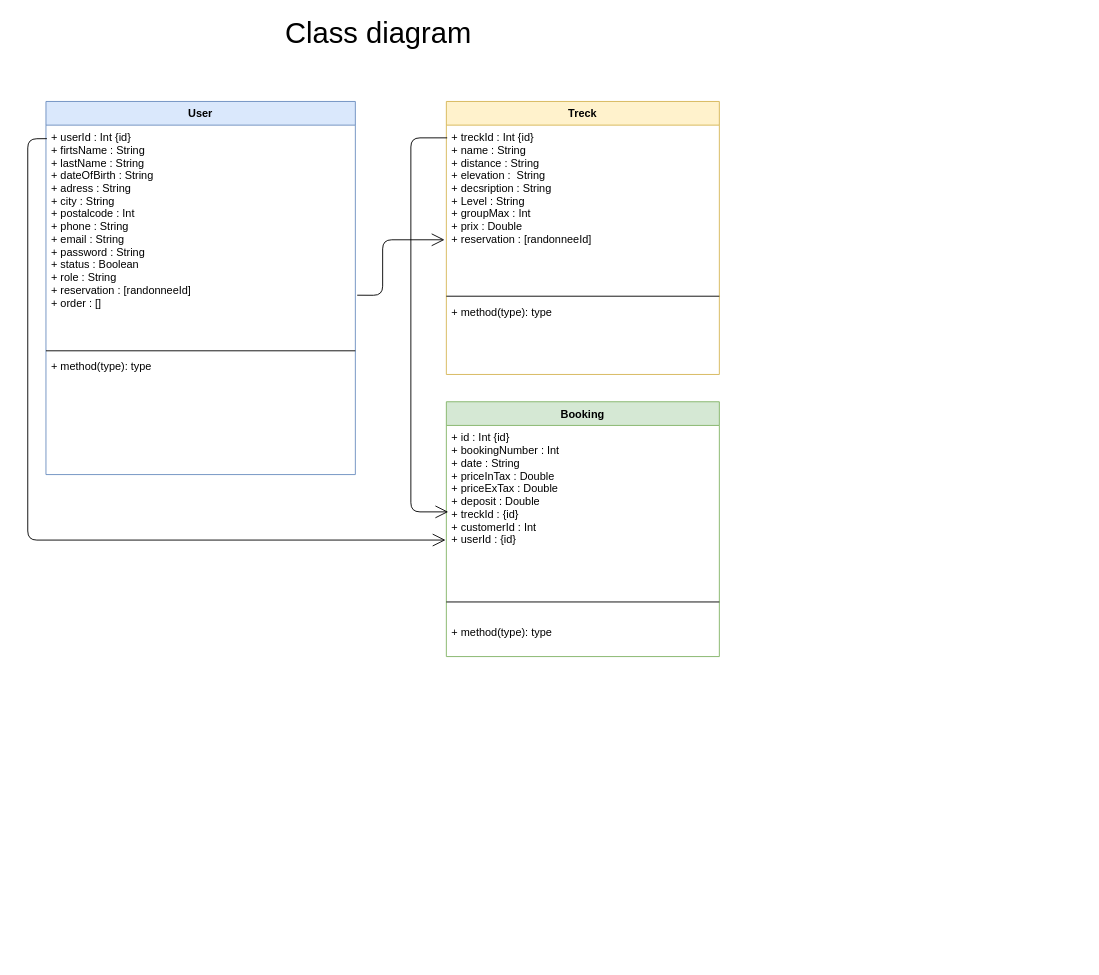
This is page "Class diagram" (6 of 6) of RandoDrawIo.drawio from Colibri385/RandoDrawIo, a draw.io file, before an edit. Source tidied: cells renumbered, new cells numbered last; positions are measured from the earlier drawing's top-left corner, leaving out a move shared by most shapes. Both pictures are drawn from the tidied source at 91%, with x=0, y=0 at pixel (27, 19).
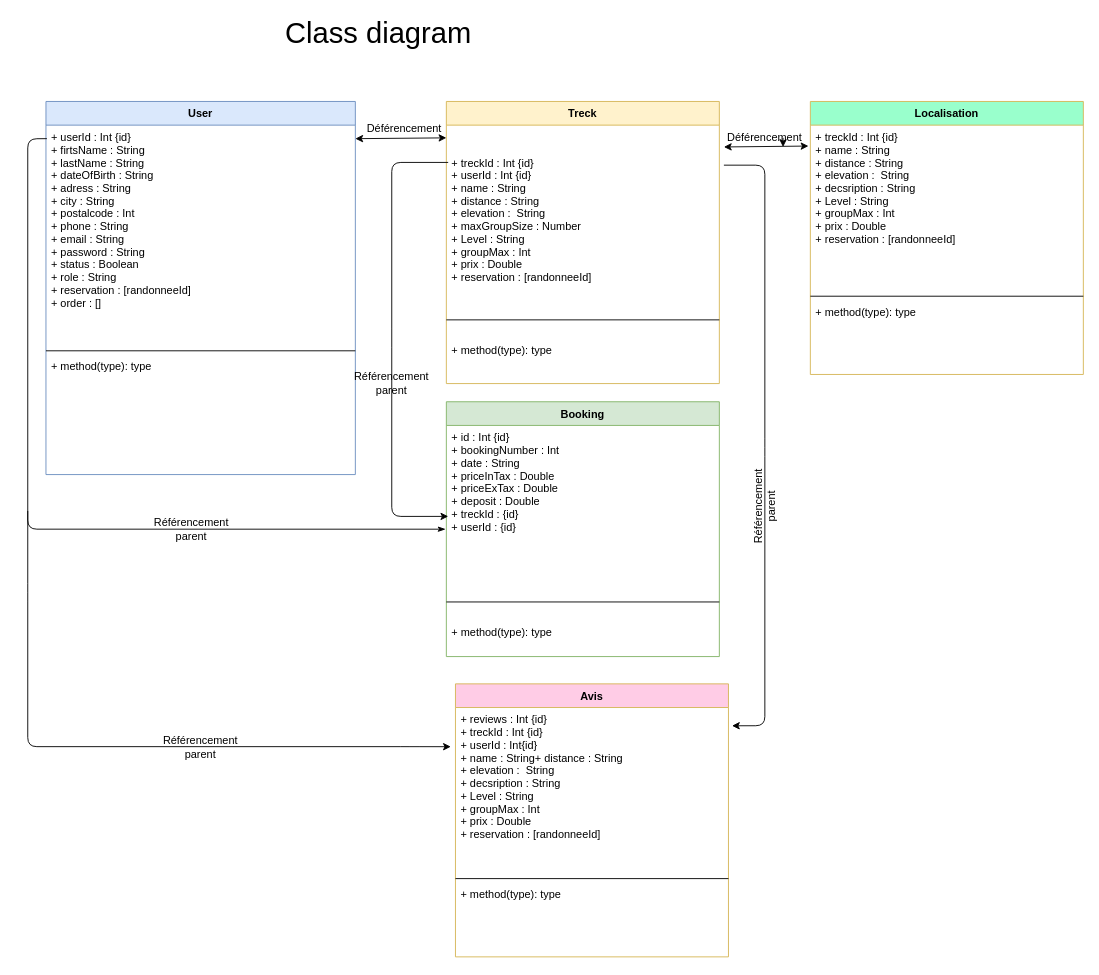
Above is the later version.

The change refers to these unchanged cells:
```xml
<mxCell id="4" value="+ userId : Int {id}&#10;+ firtsName : String&#10;+ lastName : String&#10;+ dateOfBirth : String&#10;+ adress : String&#10;+ city : String&#10;+ postalcode : Int&#10;+ phone : String&#10;+ email : String&#10;+ password : String&#10;+ status : Boolean&#10;+ role : String&#10;+ reservation : [randonneeId]&#10;+ order : []&#10;&#10;&#10;&#10;&#10;&#10;&#10;" style="text;strokeColor=none;fillColor=none;align=left;verticalAlign=top;spacingLeft=4;spacingRight=4;overflow=hidden;points=[[0,0.5],[1,0.5]];portConstraint=eastwest;" parent="3" vertex="1">
  <mxGeometry y="26" width="340" height="244" as="geometry" />
</mxCell>
<mxCell id="12" value="Booking" style="swimlane;fontStyle=1;align=center;verticalAlign=top;horizontal=1;startSize=26;fillColor=#d5e8d4;fontSize=12;strokeColor=#82b366;" parent="1" vertex="1">
  <mxGeometry x="460" y="420" width="300" height="280" as="geometry" />
</mxCell>
```

Diff of the diagram source:
```diff
@@
     <mxCell id="7" value="Treck" style="swimlane;fontStyle=1;align=center;verticalAlign=top;horizontal=1;startSize=26;fillColor=#fff2cc;fontSize=12;strokeColor=#d6b656;" parent="1" vertex="1">
-      <mxGeometry x="460" y="90" width="300" height="300" as="geometry" />
+      <mxGeometry x="460" y="90" width="300" height="310" as="geometry" />
     </mxCell>
-    <mxCell id="8" value="+ treckId : Int {id}&#10;+ name : String&#10;+ distance : String&#10;+ elevation :  String&#10;+ decsription : String&#10;+ Level : String&#10;+ groupMax : Int&#10;+ prix : Double&#10;+ reservation : [randonneeId]&#10;&#10;&#10;&#10;&#10;&#10;&#10;" style="text;strokeColor=none;fillColor=none;align=left;verticalAlign=top;spacingLeft=4;spacingRight=4;overflow=hidden;points=[[0,0.5],[1,0.5]];portConstraint=eastwest;" parent="7" vertex="1">
-      <mxGeometry y="26" width="300" height="184" as="geometry" />
+    <mxCell id="8" value="&#10;&#10;+ treckId : Int {id}&#10;+ userId : Int {id}&#10;+ name : String&#10;+ distance : String&#10;+ elevation :  String&#10;+ maxGroupSize : Number&#10;+ Level : String&#10;+ groupMax : Int&#10;+ prix : Double&#10;+ reservation : [randonneeId]&#10;&#10;&#10;&#10;&#10;&#10;&#10;" style="text;strokeColor=none;fillColor=none;align=left;verticalAlign=top;spacingLeft=4;spacingRight=4;overflow=hidden;points=[[0,0.5],[1,0.5]];portConstraint=eastwest;" parent="7" vertex="1">
+      <mxGeometry y="26" width="300" height="194" as="geometry" />
     </mxCell>
     <mxCell id="9" style="line;strokeWidth=1;fillColor=none;align=left;verticalAlign=middle;spacingTop=-1;spacingLeft=3;spacingRight=3;labelPosition=right;" parent="7" vertex="1">
-      <mxGeometry y="210" width="300" height="8" as="geometry" />
+      <mxGeometry y="220" width="300" height="40" as="geometry" />
     </mxCell>
     <mxCell id="10" value="+ method(type): type" style="text;strokeColor=none;fillColor=none;align=left;verticalAlign=top;spacingLeft=4;spacingRight=4;overflow=hidden;" parent="7" vertex="1">
-      <mxGeometry y="218" width="300" height="82" as="geometry" />
+      <mxGeometry y="260" width="300" height="50" as="geometry" />
     </mxCell>
-    <mxCell id="11" style="endArrow=open;endFill=1;endSize=12;html=1;fontSize=12;fontColor=#000000;exitX=1.006;exitY=0.766;exitDx=0;exitDy=0;exitPerimeter=0;" parent="1" edge="1" source="4">
-      <mxGeometry relative="1" as="geometry">
-        <mxPoint x="458" y="242" as="targetPoint" />
-        <Array as="points">
-          <mxPoint x="390" y="303" />
-          <mxPoint x="390" y="242" />
-        </Array>
-      </mxGeometry>
-    </mxCell>
@@
-    <mxCell id="13" value="+ id : Int {id}&#10;+ bookingNumber : Int&#10;+ date : String&#10;+ priceInTax : Double&#10;+ priceExTax : Double&#10;+ deposit : Double&#10;+ treckId : {id}&#10;+ customerId : Int&#10;+ userId : {id}&#10;&#10;&#10;&#10;&#10;&#10;&#10;&#10;&#10;&#10;" style="text;strokeColor=none;fillColor=none;align=left;verticalAlign=top;spacingLeft=4;spacingRight=4;overflow=hidden;points=[[0,0.5],[1,0.5]];portConstraint=eastwest;" parent="12" vertex="1">
+    <mxCell id="13" value="+ id : Int {id}&#10;+ bookingNumber : Int&#10;+ date : String&#10;+ priceInTax : Double&#10;+ priceExTax : Double&#10;+ deposit : Double&#10;+ treckId : {id}&#10;+ userId : {id}&#10;&#10;&#10;&#10;&#10;&#10;&#10;&#10;&#10;&#10;" style="text;strokeColor=none;fillColor=none;align=left;verticalAlign=top;spacingLeft=4;spacingRight=4;overflow=hidden;points=[[0,0.5],[1,0.5]];portConstraint=eastwest;" parent="12" vertex="1">
       <mxGeometry y="26" width="300" height="134" as="geometry" />
     </mxCell>
@@
-    <mxCell id="15" style="endArrow=open;endFill=1;endSize=12;html=1;fontSize=12;fontColor=#000000;entryX=0.007;entryY=0.709;entryDx=0;entryDy=0;entryPerimeter=0;exitX=0.003;exitY=0.076;exitDx=0;exitDy=0;exitPerimeter=0;" parent="1" edge="1" source="8" target="13">
-      <mxGeometry relative="1" as="geometry">
-        <Array as="points">
-          <mxPoint x="421" y="130" />
-          <mxPoint x="421" y="541" />
-        </Array>
-      </mxGeometry>
-    </mxCell>
-    <mxCell id="16" style="endArrow=open;endFill=1;endSize=12;html=1;fontSize=12;fontColor=#000000;exitX=0.003;exitY=0.061;exitDx=0;exitDy=0;exitPerimeter=0;entryX=-0.003;entryY=0.94;entryDx=0;entryDy=0;entryPerimeter=0;" parent="1" edge="1" source="4" target="13">
+    <mxCell id="16" style="endArrow=classicThin;endFill=1;html=1;fontSize=12;fontColor=#000000;exitX=0.003;exitY=0.061;exitDx=0;exitDy=0;exitPerimeter=0;entryX=-0.003;entryY=0.851;entryDx=0;entryDy=0;entryPerimeter=0;" parent="1" edge="1" source="4" target="13">
       <mxGeometry relative="1" as="geometry">
         <Array as="points">
           <mxPoint y="131" />
-          <mxPoint y="572" />
+          <mxPoint y="560" />
         </Array>
       </mxGeometry>
     </mxCell>
@@
+    <mxCell id="18" value="Avis" style="swimlane;fontStyle=1;align=center;verticalAlign=top;horizontal=1;startSize=26;fillColor=#FFCCE6;fontSize=12;strokeColor=#d6b656;" parent="1" vertex="1">
+      <mxGeometry x="470" y="730" width="300" height="300" as="geometry" />
+    </mxCell>
+    <mxCell id="19" value="+ reviews : Int {id}&#10;+ treckId : Int {id}&#10;+ userId : Int{id}&#10;+ name : String+ distance : String&#10;+ elevation :  String&#10;+ decsription : String&#10;+ Level : String&#10;+ groupMax : Int&#10;+ prix : Double&#10;+ reservation : [randonneeId]&#10;&#10;&#10;&#10;&#10;&#10;&#10;" style="text;strokeColor=none;fillColor=none;align=left;verticalAlign=top;spacingLeft=4;spacingRight=4;overflow=hidden;points=[[0,0.5],[1,0.5]];portConstraint=eastwest;" parent="18" vertex="1">
+      <mxGeometry y="26" width="300" height="184" as="geometry" />
+    </mxCell>
+    <mxCell id="20" style="line;strokeWidth=1;fillColor=none;align=left;verticalAlign=middle;spacingTop=-1;spacingLeft=3;spacingRight=3;labelPosition=right;" parent="18" vertex="1">
+      <mxGeometry y="210" width="300" height="8" as="geometry" />
+    </mxCell>
+    <mxCell id="21" value="+ method(type): type" style="text;strokeColor=none;fillColor=none;align=left;verticalAlign=top;spacingLeft=4;spacingRight=4;overflow=hidden;" parent="18" vertex="1">
+      <mxGeometry y="218" width="300" height="82" as="geometry" />
+    </mxCell>
+    <mxCell id="22" style="endArrow=classic;html=1;entryX=-0.017;entryY=0.234;entryDx=0;entryDy=0;entryPerimeter=0;" parent="1" edge="1" target="19">
+      <mxGeometry relative="1" as="geometry">
+        <mxPoint y="540" as="sourcePoint" />
+        <Array as="points">
+          <mxPoint y="630" />
+          <mxPoint y="799" />
+          <mxPoint x="420" y="799" />
+        </Array>
+      </mxGeometry>
+    </mxCell>
+    <mxCell id="23" value="Référencement parent" style="text;html=1;strokeColor=none;fillColor=none;align=center;verticalAlign=middle;whiteSpace=wrap;rounded=0;" parent="1" vertex="1">
+      <mxGeometry x="165" y="780" width="50" height="40" as="geometry" />
+    </mxCell>
+    <mxCell id="24" value="Référencement parent" style="text;html=1;strokeColor=none;fillColor=none;align=center;verticalAlign=middle;whiteSpace=wrap;rounded=0;" parent="1" vertex="1">
+      <mxGeometry x="380" y="380" width="40" height="40" as="geometry" />
+    </mxCell>
+    <mxCell id="25" value="Localisation" style="swimlane;fontStyle=1;align=center;verticalAlign=top;horizontal=1;startSize=26;fillColor=#99FFCC;fontSize=12;strokeColor=#d6b656;" parent="1" vertex="1">
+      <mxGeometry x="860" y="90" width="300" height="300" as="geometry" />
+    </mxCell>
+    <mxCell id="26" value="+ treckId : Int {id}&#10;+ name : String&#10;+ distance : String&#10;+ elevation :  String&#10;+ decsription : String&#10;+ Level : String&#10;+ groupMax : Int&#10;+ prix : Double&#10;+ reservation : [randonneeId]&#10;&#10;&#10;&#10;&#10;&#10;&#10;" style="text;strokeColor=none;fillColor=none;align=left;verticalAlign=top;spacingLeft=4;spacingRight=4;overflow=hidden;points=[[0,0.5],[1,0.5]];portConstraint=eastwest;" parent="25" vertex="1">
+      <mxGeometry y="26" width="300" height="184" as="geometry" />
+    </mxCell>
+    <mxCell id="27" style="line;strokeWidth=1;fillColor=none;align=left;verticalAlign=middle;spacingTop=-1;spacingLeft=3;spacingRight=3;labelPosition=right;" parent="25" vertex="1">
+      <mxGeometry y="210" width="300" height="8" as="geometry" />
+    </mxCell>
+    <mxCell id="28" value="+ method(type): type" style="text;strokeColor=none;fillColor=none;align=left;verticalAlign=top;spacingLeft=4;spacingRight=4;overflow=hidden;" parent="25" vertex="1">
+      <mxGeometry y="218" width="300" height="82" as="geometry" />
+    </mxCell>
+    <mxCell id="29" style="endArrow=classic;startArrow=classic;html=1;exitX=-0.007;exitY=0.125;exitDx=0;exitDy=0;exitPerimeter=0;" parent="1" edge="1" source="26">
+      <mxGeometry relative="1" as="geometry">
+        <mxPoint x="765" y="140" as="targetPoint" />
+      </mxGeometry>
+    </mxCell>
+    <mxCell id="30" value="Déférencement" style="text;html=1;strokeColor=none;fillColor=none;align=center;verticalAlign=middle;whiteSpace=wrap;rounded=0;" parent="1" vertex="1">
+      <mxGeometry x="790" y="120" width="40" height="20" as="geometry" />
+    </mxCell>
+    <mxCell id="31" value="Référencement parent" style="text;html=1;strokeColor=none;fillColor=none;align=center;verticalAlign=middle;whiteSpace=wrap;rounded=0;" parent="1" vertex="1">
+      <mxGeometry x="160" y="540" width="40" height="40" as="geometry" />
+    </mxCell>
+    <mxCell id="32" value="Déférencement" style="text;html=1;strokeColor=none;fillColor=none;align=center;verticalAlign=middle;whiteSpace=wrap;rounded=0;rotation=0;" parent="1" vertex="1">
+      <mxGeometry x="393.5" y="110" width="40" height="20" as="geometry" />
+    </mxCell>
+    <mxCell id="33" style="endArrow=classic;html=1;entryX=0.007;entryY=0.746;entryDx=0;entryDy=0;entryPerimeter=0;" parent="1" edge="1" target="13">
+      <mxGeometry relative="1" as="geometry">
+        <mxPoint x="462" y="157" as="sourcePoint" />
+        <Array as="points">
+          <mxPoint x="400" y="157" />
+          <mxPoint x="400" y="350" />
+          <mxPoint x="400" y="546" />
+        </Array>
+      </mxGeometry>
+    </mxCell>
+    <mxCell id="34" style="edgeStyle=orthogonalEdgeStyle;rounded=0;orthogonalLoop=1;jettySize=auto;html=1;exitX=1;exitY=0.5;exitDx=0;exitDy=0;entryX=1;entryY=1;entryDx=0;entryDy=0;" parent="1" edge="1" source="30" target="30">
+      <mxGeometry relative="1" as="geometry" />
+    </mxCell>
+    <mxCell id="35" style="endArrow=classic;startArrow=classic;html=1;exitX=1;exitY=0.061;exitDx=0;exitDy=0;exitPerimeter=0;" parent="1" edge="1" source="4">
+      <mxGeometry relative="1" as="geometry">
+        <mxPoint x="460" y="130" as="targetPoint" />
+      </mxGeometry>
+    </mxCell>
+    <mxCell id="36" style="endArrow=classic;html=1;entryX=1.013;entryY=0.109;entryDx=0;entryDy=0;entryPerimeter=0;" parent="1" edge="1" target="19">
+      <mxGeometry relative="1" as="geometry">
+        <mxPoint x="765" y="160" as="sourcePoint" />
+        <Array as="points">
+          <mxPoint x="810" y="160" />
+          <mxPoint x="810" y="470" />
+          <mxPoint x="810" y="776" />
+        </Array>
+      </mxGeometry>
+    </mxCell>
+    <mxCell id="37" value="Référencement parent" style="text;html=1;strokeColor=none;fillColor=none;align=center;verticalAlign=middle;whiteSpace=wrap;rounded=0;rotation=270;" parent="1" vertex="1">
+      <mxGeometry x="790" y="515" width="40" height="40" as="geometry" />
+    </mxCell>
```
